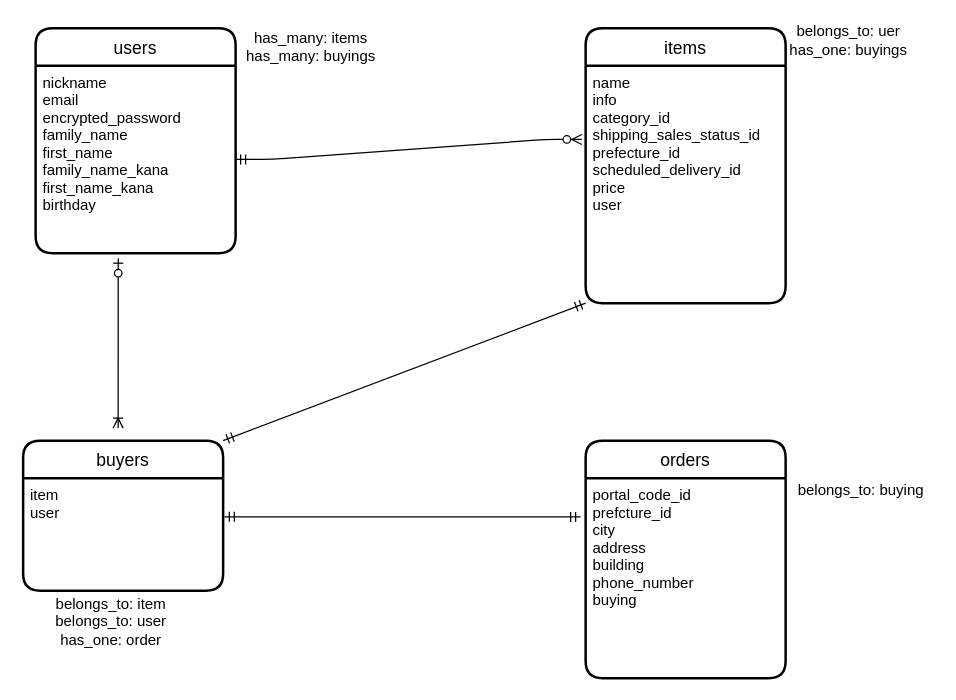
This is db.dio from Jun922/furima-34716, a draw.io file, before an edit. Source tidied: cells renumbered, new cells numbered last; positions are measured from the earlier drawing's top-left corner, leaving out a move shared by most shapes. Both pictures are drawn from the tidied source at 125%, with x=0, y=0 at pixel (22, 21).
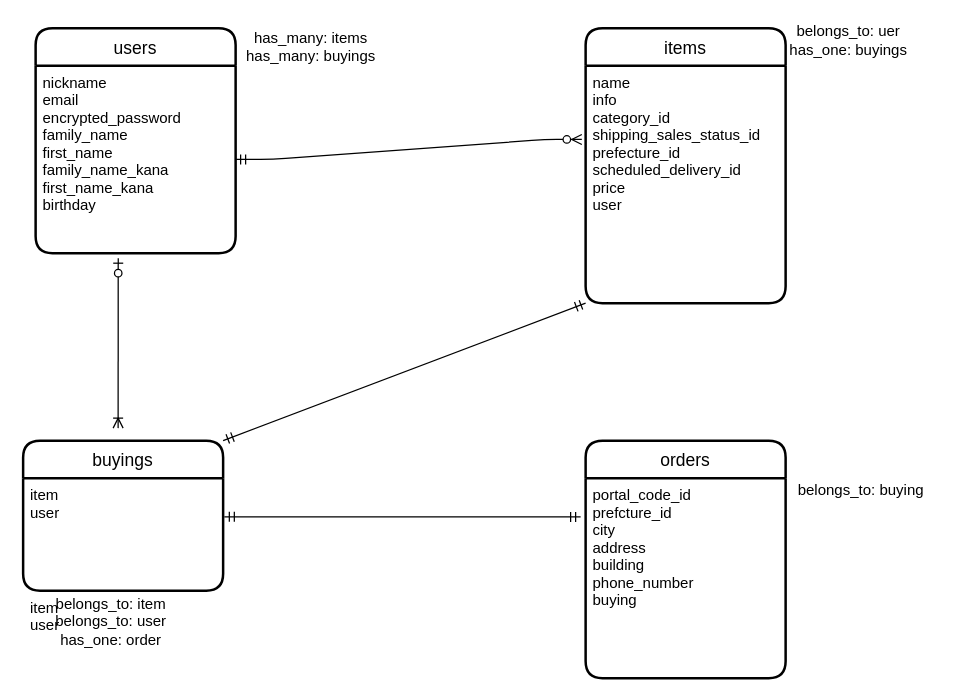
The same page after the edit.

What changed in the source:
```diff
@@
 <mxGraphModel>
   <root>
     <mxCell id="0" />
     <mxCell id="1" parent="0" />
     <mxCell id="2" value="users" style="swimlane;horizontal=1;startSize=30;rounded=1;fontSize=14;fontStyle=0;strokeWidth=2;shadow=0;dashed=0;align=center;" parent="1" vertex="1">
       <mxGeometry x="10" y="5" width="160" height="180" as="geometry" />
     </mxCell>
     <mxCell id="3" value="nickname&#10;email&#10;encrypted_password&#10;family_name&#10;first_name&#10;family_name_kana&#10;first_name_kana&#10;birthday" style="align=left;strokeColor=none;fillColor=none;spacingLeft=4;fontSize=12;verticalAlign=top;" parent="2" vertex="1">
       <mxGeometry y="30" width="160" height="150" as="geometry" />
     </mxCell>
     <mxCell id="4" value="items" style="swimlane;horizontal=1;startSize=30;rounded=1;fontSize=14;fontStyle=0;strokeWidth=2;shadow=0;dashed=0;align=center;" parent="1" vertex="1">
       <mxGeometry x="450" y="5" width="160" height="220" as="geometry" />
     </mxCell>
     <mxCell id="5" value="name&#10;info&#10;category_id&#10;shipping_sales_status_id&#10;prefecture_id&#10;scheduled_delivery_id&#10;price&#10;user" style="align=left;strokeColor=none;fillColor=none;spacingLeft=4;fontSize=12;verticalAlign=top;fontStyle=0;" parent="4" vertex="1">
       <mxGeometry y="30" width="160" height="190" as="geometry" />
     </mxCell>
-    <mxCell id="6" value="buyers" style="swimlane;horizontal=1;startSize=30;rounded=1;fontSize=14;fontStyle=0;strokeWidth=2;shadow=0;dashed=0;align=center;" parent="1" vertex="1">
+    <mxCell id="6" value="buyings" style="swimlane;horizontal=1;startSize=30;rounded=1;fontSize=14;fontStyle=0;strokeWidth=2;shadow=0;dashed=0;align=center;" parent="1" vertex="1">
       <mxGeometry y="335" width="160" height="120" as="geometry" />
     </mxCell>
     <mxCell id="7" value="item&#10;user" style="align=left;strokeColor=none;fillColor=none;spacingLeft=4;fontSize=12;verticalAlign=top;" parent="6" vertex="1">
       <mxGeometry y="30" width="160" height="90" as="geometry" />
     </mxCell>
+    <mxCell id="18" value="item&#10;user" style="align=left;strokeColor=none;fillColor=none;spacingLeft=4;fontSize=12;verticalAlign=top;" parent="6" vertex="1">
+      <mxGeometry y="120" width="160" as="geometry" />
+    </mxCell>
     <mxCell id="8" value="orders" style="swimlane;horizontal=1;startSize=30;rounded=1;fontSize=14;fontStyle=0;strokeWidth=2;shadow=0;dashed=0;align=center;" parent="1" vertex="1">
       <mxGeometry x="450" y="335" width="160" height="190" as="geometry" />
     </mxCell>
     <mxCell id="9" value="portal_code_id&#10;prefcture_id&#10;city&#10;address&#10;building&#10;phone_number&#10;buying" style="align=left;strokeColor=none;fillColor=none;spacingLeft=4;fontSize=12;verticalAlign=top;" parent="8" vertex="1">
       <mxGeometry y="30" width="160" height="160" as="geometry" />
     </mxCell>
     <mxCell id="10" style="edgeStyle=entityRelationEdgeStyle;fontSize=12;html=1;endArrow=ERzeroToMany;startArrow=ERmandOne;exitX=1;exitY=0.5;exitDx=0;exitDy=0;entryX=-0.019;entryY=0.311;entryDx=0;entryDy=0;entryPerimeter=0;" parent="1" edge="1" source="3" target="5">
       <mxGeometry relative="1" as="geometry" />
     </mxCell>
     <mxCell id="11" style="fontSize=12;html=1;endArrow=ERmandOne;startArrow=ERmandOne;exitX=1;exitY=0;exitDx=0;exitDy=0;entryX=0;entryY=1;entryDx=0;entryDy=0;" parent="1" edge="1" source="6" target="5">
       <mxGeometry relative="1" as="geometry" />
     </mxCell>
     <mxCell id="12" value="has_many: items&lt;br&gt;has_many: buyings" style="text;html=1;align=center;verticalAlign=middle;" parent="1" vertex="1">
       <mxGeometry x="170" y="5" width="120" height="30" as="geometry" />
     </mxCell>
     <mxCell id="13" value="belongs_to: uer&lt;br&gt;has_one: buyings" style="text;html=1;align=center;verticalAlign=middle;" parent="1" vertex="1">
       <mxGeometry x="605" width="110" height="30" as="geometry" />
     </mxCell>
     <mxCell id="14" value="belongs_to: item&lt;br&gt;belongs_to: user&lt;br&gt;has_one: order" style="text;html=1;align=center;verticalAlign=middle;" parent="1" vertex="1">
       <mxGeometry x="20" y="455" width="100" height="50" as="geometry" />
     </mxCell>
     <mxCell id="15" value="belongs_to: buying" style="text;html=1;align=center;verticalAlign=middle;" parent="1" vertex="1">
       <mxGeometry x="610" y="365" width="120" height="20" as="geometry" />
     </mxCell>
     <mxCell id="16" style="edgeStyle=entityRelationEdgeStyle;fontSize=12;html=1;endArrow=ERmandOne;startArrow=ERmandOne;exitX=1.006;exitY=0.344;exitDx=0;exitDy=0;exitPerimeter=0;entryX=-0.025;entryY=0.194;entryDx=0;entryDy=0;entryPerimeter=0;" parent="1" edge="1" source="7" target="9">
       <mxGeometry relative="1" as="geometry" />
     </mxCell>
     <mxCell id="17" style="fontSize=12;html=1;endArrow=ERoneToMany;startArrow=ERzeroToOne;exitX=0.413;exitY=1.027;exitDx=0;exitDy=0;exitPerimeter=0;" parent="1" edge="1" source="3">
       <mxGeometry relative="1" as="geometry">
         <mxPoint x="76" y="325" as="targetPoint" />
       </mxGeometry>
     </mxCell>
   </root>
 </mxGraphModel>
```
